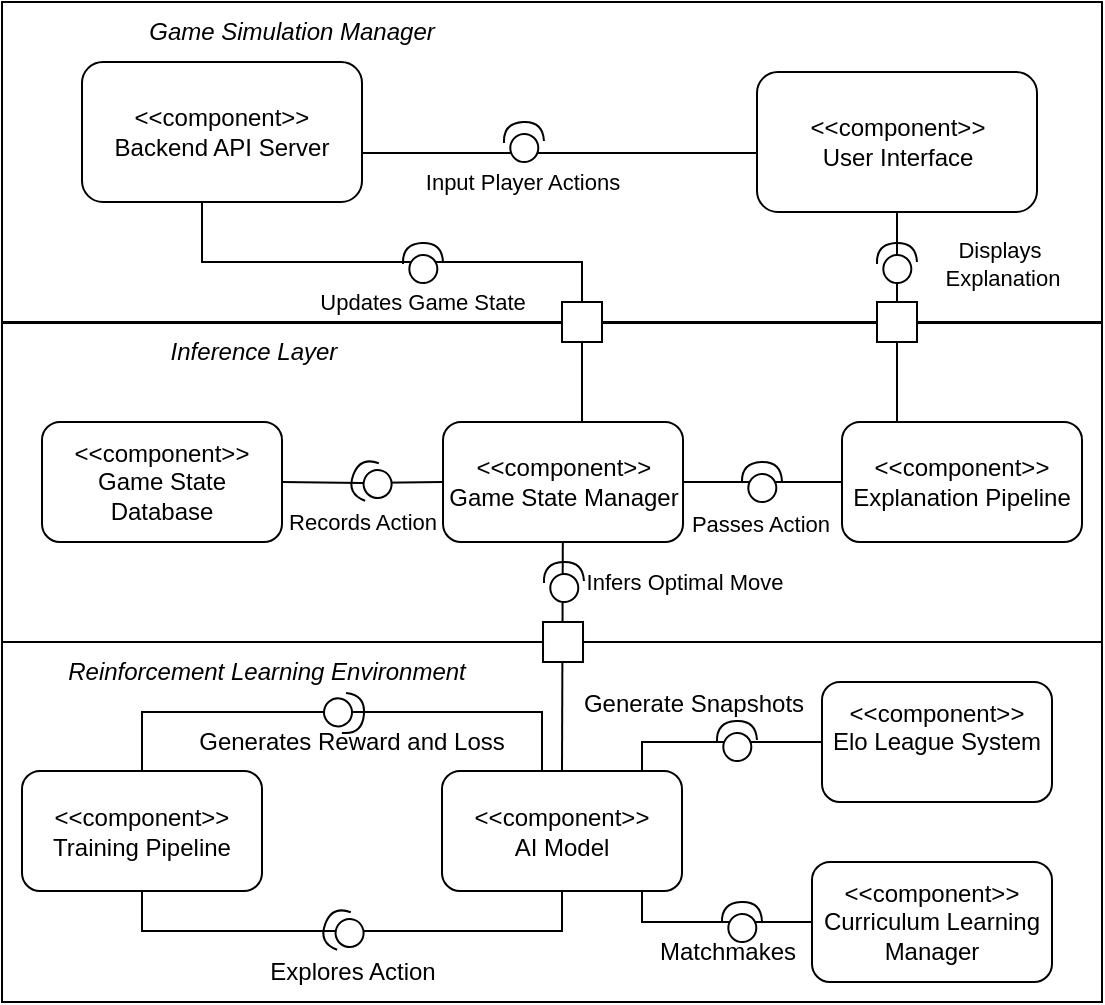
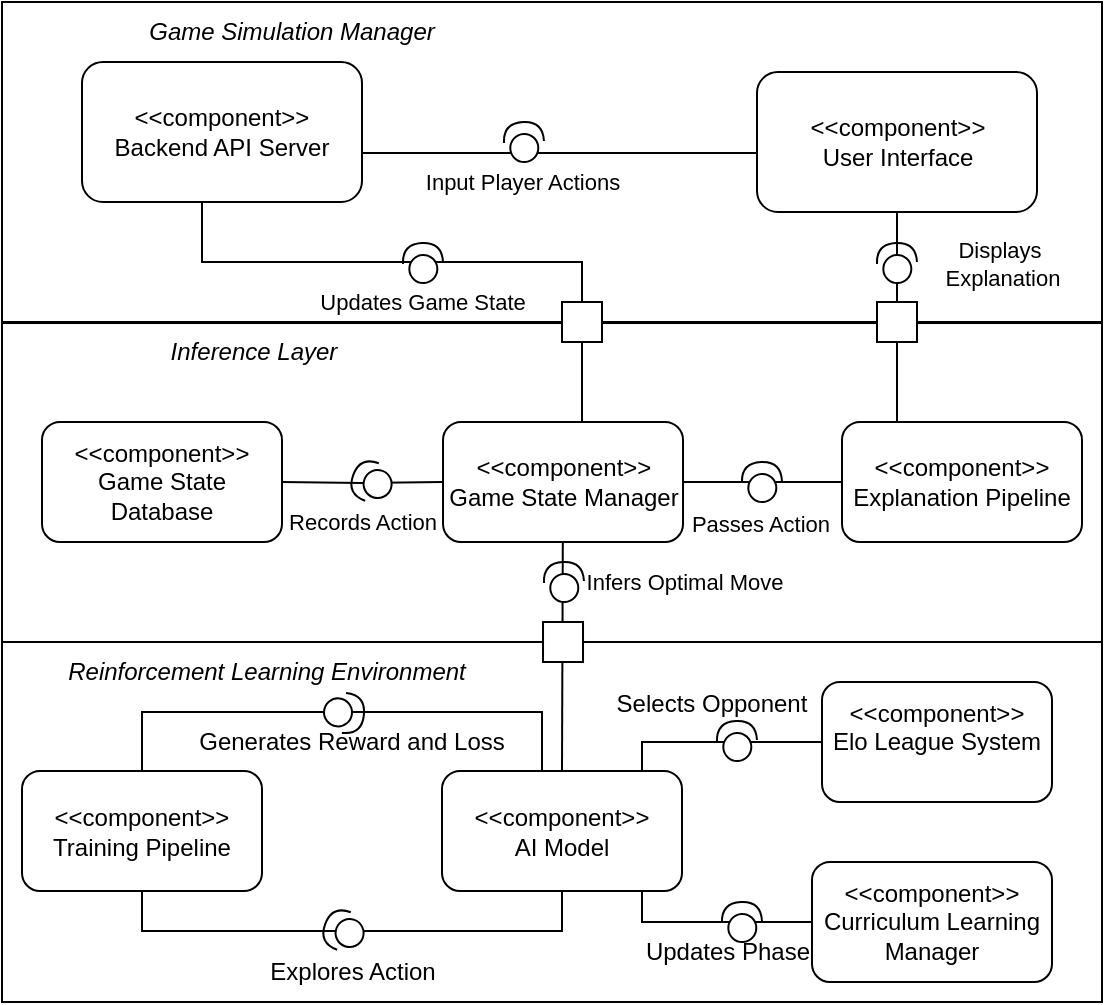
<mxfile host="app.diagrams.net" agent="Mozilla/5.0 (Windows NT 10.0; Win64; x64) AppleWebKit/537.36 (KHTML, like Gecko) Chrome/141.0.0.0 Safari/537.36 Edg/141.0.0.0">
  <diagram name="Page-1" id="rL6wYzq297fijbXMsxHL">
-     <mxGraphModel dx="619" dy="1473" grid="1" gridSize="10" guides="1" tooltips="1" connect="1" arrows="1" fold="1" page="1" pageScale="1" pageWidth="850" pageHeight="1100" math="0" shadow="0">
+     <mxGraphModel dx="889" dy="1636" grid="1" gridSize="10" guides="1" tooltips="1" connect="1" arrows="1" fold="1" page="1" pageScale="1" pageWidth="850" pageHeight="1100" math="0" shadow="0">
      <root>
        <mxCell id="0" />
        <mxCell id="1" parent="0" />
        <mxCell id="Z7y8qTyUHTfWf48D5gzP-17" parent="1" style="rounded=0;whiteSpace=wrap;html=1;movable=0;resizable=0;rotatable=0;deletable=0;editable=0;locked=1;connectable=0;" value="" vertex="1">
          <mxGeometry height="160" width="550" x="20" y="100.51" as="geometry" />
        </mxCell>
        <mxCell id="Z7y8qTyUHTfWf48D5gzP-12" parent="1" style="rounded=0;whiteSpace=wrap;html=1;movable=1;resizable=1;rotatable=1;deletable=1;editable=1;locked=0;connectable=1;" value="" vertex="1">
          <mxGeometry height="160" width="550" x="20" y="-60" as="geometry" />
        </mxCell>
        <mxCell id="Z7y8qTyUHTfWf48D5gzP-25" edge="1" parent="1" source="uciChvkNPLsMZyW1YyFX-1" style="edgeStyle=orthogonalEdgeStyle;rounded=0;orthogonalLoop=1;jettySize=auto;html=1;startArrow=none;startFill=0;endArrow=none;endFill=0;movable=1;resizable=1;rotatable=1;deletable=1;editable=1;locked=0;connectable=1;exitX=0.414;exitY=0.957;exitDx=0;exitDy=0;exitPerimeter=0;">
          <mxGeometry relative="1" as="geometry">
            <Array as="points">
              <mxPoint x="120" y="37" />
              <mxPoint x="120" y="70" />
              <mxPoint x="310" y="70" />
              <mxPoint x="310" y="150" />
            </Array>
            <mxPoint x="120" y="50" as="sourcePoint" />
            <mxPoint x="325" y="150" as="targetPoint" />
          </mxGeometry>
        </mxCell>
        <mxCell id="Z7y8qTyUHTfWf48D5gzP-26" connectable="0" parent="Z7y8qTyUHTfWf48D5gzP-25" style="edgeLabel;html=1;align=center;verticalAlign=middle;resizable=0;points=[];" value="Updates Game State" vertex="1">
          <mxGeometry relative="1" x="-0.2809" y="3" as="geometry">
            <mxPoint x="30" y="23" as="offset" />
          </mxGeometry>
        </mxCell>
        <mxCell id="6nlLKT8NChmwJE9VW_4I-5" parent="1" style="rounded=1;whiteSpace=wrap;html=1;" value="&lt;div&gt;&lt;div&gt;&amp;lt;&amp;lt;component&amp;gt;&amp;gt;&lt;/div&gt;&lt;/div&gt;Game State Database" vertex="1">
          <mxGeometry height="60" width="120" x="40" y="150" as="geometry" />
        </mxCell>
        <mxCell id="6nlLKT8NChmwJE9VW_4I-11" edge="1" parent="1" source="6nlLKT8NChmwJE9VW_4I-7" style="edgeStyle=orthogonalEdgeStyle;rounded=0;orthogonalLoop=1;jettySize=auto;html=1;exitX=0.5;exitY=1;exitDx=0;exitDy=0;entryX=0.5;entryY=1;entryDx=0;entryDy=0;endArrow=none;endFill=0;movable=0;resizable=0;rotatable=0;deletable=0;editable=0;locked=1;connectable=0;">
          <mxGeometry relative="1" as="geometry">
            <mxPoint x="325" y="210" as="targetPoint" />
          </mxGeometry>
        </mxCell>
        <mxCell id="9L7EpdU-ZJei7otof8Hw-14" edge="1" parent="1" source="6nlLKT8NChmwJE9VW_4I-7" style="edgeStyle=none;curved=1;rounded=0;orthogonalLoop=1;jettySize=auto;html=1;exitX=1;exitY=0.5;exitDx=0;exitDy=0;entryX=0;entryY=0.5;entryDx=0;entryDy=0;fontSize=12;startSize=8;endSize=8;endArrow=none;endFill=0;" target="9L7EpdU-ZJei7otof8Hw-5">
          <mxGeometry relative="1" as="geometry" />
        </mxCell>
        <mxCell id="9L7EpdU-ZJei7otof8Hw-36" edge="1" parent="1" source="9L7EpdU-ZJei7otof8Hw-37" style="edgeStyle=none;curved=1;rounded=0;orthogonalLoop=1;jettySize=auto;html=1;fontSize=12;startSize=8;endSize=8;" target="WvrMYfAGwMCf_Hknah-l-9">
          <mxGeometry relative="1" as="geometry" />
        </mxCell>
        <mxCell id="6nlLKT8NChmwJE9VW_4I-7" parent="1" style="rounded=1;whiteSpace=wrap;html=1;" value="&lt;div&gt;&lt;div&gt;&amp;lt;&amp;lt;component&amp;gt;&amp;gt;&lt;/div&gt;&lt;/div&gt;Game State Manager" vertex="1">
          <mxGeometry height="60" width="120" x="240.51" y="150" as="geometry" />
        </mxCell>
        <mxCell id="6nlLKT8NChmwJE9VW_4I-13" edge="1" parent="1" style="edgeStyle=orthogonalEdgeStyle;rounded=0;orthogonalLoop=1;jettySize=auto;html=1;entryX=1;entryY=0.5;entryDx=0;entryDy=0;endArrow=none;endFill=0;movable=1;resizable=1;rotatable=1;deletable=1;editable=1;locked=0;connectable=1;" target="6nlLKT8NChmwJE9VW_4I-5">
          <mxGeometry relative="1" as="geometry">
            <mxPoint x="240" y="180" as="sourcePoint" />
          </mxGeometry>
        </mxCell>
        <mxCell id="6nlLKT8NChmwJE9VW_4I-14" connectable="0" parent="6nlLKT8NChmwJE9VW_4I-13" style="edgeLabel;html=1;align=center;verticalAlign=middle;resizable=1;points=[];movable=1;rotatable=1;deletable=1;editable=1;locked=0;connectable=1;" value="Records Action" vertex="1">
          <mxGeometry relative="1" x="0.1012" y="-2" as="geometry">
            <mxPoint x="4" y="22" as="offset" />
          </mxGeometry>
        </mxCell>
        <mxCell id="6nlLKT8NChmwJE9VW_4I-31" edge="1" parent="1" style="edgeStyle=orthogonalEdgeStyle;rounded=0;orthogonalLoop=1;jettySize=auto;html=1;exitX=0;exitY=0.75;exitDx=0;exitDy=0;entryX=1;entryY=0.75;entryDx=0;entryDy=0;endArrow=none;endFill=0;movable=0;resizable=0;rotatable=0;deletable=0;editable=0;locked=1;connectable=0;">
          <mxGeometry relative="1" as="geometry">
            <mxPoint x="430" y="15.439999999999998" as="sourcePoint" />
            <mxPoint x="200" y="15.439999999999998" as="targetPoint" />
          </mxGeometry>
        </mxCell>
        <mxCell id="6nlLKT8NChmwJE9VW_4I-15" parent="1" style="rounded=1;whiteSpace=wrap;html=1;" value="&lt;div&gt;&lt;div&gt;&amp;lt;&amp;lt;component&amp;gt;&amp;gt;&lt;/div&gt;&lt;/div&gt;User Interface" vertex="1">
          <mxGeometry height="70" width="140" x="397.5" y="-25" as="geometry" />
        </mxCell>
        <mxCell id="Z7y8qTyUHTfWf48D5gzP-15" parent="1" style="text;html=1;align=center;verticalAlign=middle;whiteSpace=wrap;rounded=0;" value="&lt;i&gt;Game Simulation Manager&lt;/i&gt;" vertex="1">
          <mxGeometry height="30" width="150" x="90.00000000000001" y="-60" as="geometry" />
        </mxCell>
        <mxCell id="Z7y8qTyUHTfWf48D5gzP-18" parent="1" style="text;html=1;align=center;verticalAlign=middle;whiteSpace=wrap;rounded=0;" value="&lt;i&gt;Inference Layer&lt;/i&gt;" vertex="1">
          <mxGeometry height="30" width="150" x="70.51" y="100" as="geometry" />
        </mxCell>
        <mxCell id="Z7y8qTyUHTfWf48D5gzP-19" parent="1" style="whiteSpace=wrap;html=1;aspect=fixed;" value="" vertex="1">
          <mxGeometry height="20" width="20" x="300" y="90" as="geometry" />
        </mxCell>
        <mxCell id="Z7y8qTyUHTfWf48D5gzP-64" parent="1" style="shape=providedRequiredInterface;html=1;verticalLabelPosition=bottom;sketch=0;rotation=-160;" value="" vertex="1">
          <mxGeometry height="20" width="20" x="194.9971276411158" y="169.99712764111575" as="geometry" />
        </mxCell>
        <mxCell id="Z7y8qTyUHTfWf48D5gzP-69" parent="1" style="shape=providedRequiredInterface;html=1;verticalLabelPosition=bottom;sketch=0;rotation=-93;" value="" vertex="1">
          <mxGeometry height="20" width="20" x="270.98965490997523" y="-0.00034509002483140705" as="geometry" />
        </mxCell>
        <mxCell id="WvrMYfAGwMCf_Hknah-l-2" parent="1" style="rounded=0;whiteSpace=wrap;html=1;movable=0;resizable=0;rotatable=0;deletable=0;editable=0;locked=1;connectable=0;" value="" vertex="1">
          <mxGeometry height="180" width="550" x="20" y="260" as="geometry" />
        </mxCell>
        <mxCell id="WvrMYfAGwMCf_Hknah-l-3" parent="1" style="text;html=1;align=center;verticalAlign=middle;whiteSpace=wrap;rounded=0;fontStyle=2" value="Reinforcement Learning Environment" vertex="1">
          <mxGeometry height="30" width="225" x="40" y="260" as="geometry" />
        </mxCell>
        <mxCell id="WvrMYfAGwMCf_Hknah-l-14" edge="1" parent="1" source="WvrMYfAGwMCf_Hknah-l-8" style="edgeStyle=orthogonalEdgeStyle;rounded=0;orthogonalLoop=1;jettySize=auto;html=1;exitX=0.5;exitY=0;exitDx=0;exitDy=0;entryX=0.5;entryY=0;entryDx=0;entryDy=0;endArrow=none;endFill=0;movable=1;resizable=1;rotatable=1;deletable=1;editable=1;locked=0;connectable=1;" target="WvrMYfAGwMCf_Hknah-l-9">
          <mxGeometry relative="1" as="geometry">
            <Array as="points">
              <mxPoint x="90" y="295" />
              <mxPoint x="290" y="295" />
              <mxPoint x="290" y="325" />
            </Array>
          </mxGeometry>
        </mxCell>
        <mxCell id="WvrMYfAGwMCf_Hknah-l-8" parent="1" style="rounded=1;whiteSpace=wrap;html=1;" value="&lt;div&gt;&lt;div&gt;&amp;lt;&amp;lt;component&amp;gt;&amp;gt;&lt;/div&gt;&lt;/div&gt;&lt;div&gt;Training Pipeline&lt;/div&gt;" vertex="1">
          <mxGeometry height="60" width="120" x="30" y="324.51" as="geometry" />
        </mxCell>
        <mxCell id="WvrMYfAGwMCf_Hknah-l-15" edge="1" parent="1" source="WvrMYfAGwMCf_Hknah-l-9" style="edgeStyle=orthogonalEdgeStyle;rounded=0;orthogonalLoop=1;jettySize=auto;html=1;entryX=0.5;entryY=1;entryDx=0;entryDy=0;endArrow=none;endFill=0;movable=1;resizable=1;rotatable=1;deletable=1;editable=1;locked=0;connectable=1;" target="WvrMYfAGwMCf_Hknah-l-8">
          <mxGeometry relative="1" as="geometry">
            <Array as="points">
              <mxPoint x="300" y="404.51" />
              <mxPoint x="90" y="404.51" />
            </Array>
          </mxGeometry>
        </mxCell>
        <mxCell id="9L7EpdU-ZJei7otof8Hw-12" edge="1" parent="1" source="WvrMYfAGwMCf_Hknah-l-9" style="edgeStyle=orthogonalEdgeStyle;rounded=0;orthogonalLoop=1;jettySize=auto;html=1;entryX=0;entryY=0.5;entryDx=0;entryDy=0;fontSize=12;startSize=8;endSize=8;endArrow=none;endFill=0;movable=0;resizable=0;rotatable=0;deletable=0;editable=0;locked=1;connectable=0;" target="9L7EpdU-ZJei7otof8Hw-2">
          <mxGeometry relative="1" as="geometry">
            <Array as="points">
              <mxPoint x="340" y="310" />
            </Array>
          </mxGeometry>
        </mxCell>
        <mxCell id="9L7EpdU-ZJei7otof8Hw-26" edge="1" parent="1" source="WvrMYfAGwMCf_Hknah-l-9" style="edgeStyle=orthogonalEdgeStyle;rounded=0;orthogonalLoop=1;jettySize=auto;html=1;exitX=1;exitY=0.75;exitDx=0;exitDy=0;entryX=0;entryY=0.5;entryDx=0;entryDy=0;fontSize=12;startSize=8;endSize=8;endArrow=none;endFill=0;" target="9L7EpdU-ZJei7otof8Hw-3">
          <mxGeometry relative="1" as="geometry">
            <Array as="points">
              <mxPoint x="340" y="370" />
              <mxPoint x="340" y="400" />
            </Array>
          </mxGeometry>
        </mxCell>
        <mxCell id="WvrMYfAGwMCf_Hknah-l-9" parent="1" style="rounded=1;whiteSpace=wrap;html=1;" value="&lt;div&gt;&lt;div&gt;&amp;lt;&amp;lt;component&amp;gt;&amp;gt;&lt;/div&gt;&lt;/div&gt;AI Model" vertex="1">
          <mxGeometry height="60" width="120" x="240" y="324.51" as="geometry" />
        </mxCell>
        <mxCell id="WvrMYfAGwMCf_Hknah-l-19" edge="1" parent="1" style="edgeStyle=orthogonalEdgeStyle;rounded=0;orthogonalLoop=1;jettySize=auto;html=1;exitX=1;exitY=0.5;exitDx=0;exitDy=0;endArrow=none;endFill=0;movable=0;resizable=0;rotatable=0;deletable=0;editable=0;locked=1;connectable=0;" target="WvrMYfAGwMCf_Hknah-l-17">
          <mxGeometry relative="1" as="geometry">
            <mxPoint x="180.51" y="-160" as="sourcePoint" />
          </mxGeometry>
        </mxCell>
        <mxCell id="WvrMYfAGwMCf_Hknah-l-37" parent="1" style="shape=providedRequiredInterface;html=1;verticalLabelPosition=bottom;sketch=0;rotation=-84;direction=south;" value="" vertex="1">
          <mxGeometry height="20" width="20" x="180.9905035863593" y="285.5005035863593" as="geometry" />
        </mxCell>
        <mxCell id="WvrMYfAGwMCf_Hknah-l-46" parent="1" style="shape=providedRequiredInterface;html=1;verticalLabelPosition=bottom;sketch=0;rotation=-160;" value="" vertex="1">
          <mxGeometry height="20" width="20" x="180.98712764111582" y="394.50712764111574" as="geometry" />
        </mxCell>
        <mxCell id="WvrMYfAGwMCf_Hknah-l-47" parent="1" style="text;html=1;align=center;verticalAlign=middle;whiteSpace=wrap;rounded=0;" value="Generates Reward and Loss" vertex="1">
          <mxGeometry height="30" width="190" x="100" y="294.51" as="geometry" />
        </mxCell>
        <mxCell id="WvrMYfAGwMCf_Hknah-l-48" parent="1" style="text;html=1;align=center;verticalAlign=middle;whiteSpace=wrap;rounded=0;" value="Explores Action" vertex="1">
          <mxGeometry height="30" width="115" x="137.5" y="410" as="geometry" />
        </mxCell>
        <mxCell id="uciChvkNPLsMZyW1YyFX-1" parent="1" style="rounded=1;whiteSpace=wrap;html=1;" value="&lt;div&gt;&lt;div&gt;&amp;lt;&amp;lt;component&amp;gt;&amp;gt;&lt;/div&gt;&lt;/div&gt;Backend API Server" vertex="1">
          <mxGeometry height="70" width="140" x="60" y="-30" as="geometry" />
        </mxCell>
        <mxCell id="uciChvkNPLsMZyW1YyFX-4" connectable="0" parent="1" style="edgeLabel;html=1;align=center;verticalAlign=middle;resizable=1;points=[];movable=1;rotatable=1;deletable=1;editable=1;locked=0;connectable=1;" value="Input Player Actions" vertex="1">
          <mxGeometry x="280" y="30" as="geometry" />
        </mxCell>
        <mxCell id="uciChvkNPLsMZyW1YyFX-5" edge="1" parent="1" source="uciChvkNPLsMZyW1YyFX-4" style="edgeStyle=orthogonalEdgeStyle;rounded=0;orthogonalLoop=1;jettySize=auto;html=1;entryX=0;entryY=0;entryDx=0;entryDy=0;entryPerimeter=0;" target="uciChvkNPLsMZyW1YyFX-4">
          <mxGeometry relative="1" as="geometry" />
        </mxCell>
        <mxCell id="uciChvkNPLsMZyW1YyFX-10" parent="1" style="shape=providedRequiredInterface;html=1;verticalLabelPosition=bottom;sketch=0;rotation=-93;" value="" vertex="1">
          <mxGeometry height="20" width="20" x="220.50965490997515" y="60.509654909975175" as="geometry" />
        </mxCell>
        <mxCell id="9L7EpdU-ZJei7otof8Hw-2" parent="1" style="rounded=1;whiteSpace=wrap;html=1;" value="&lt;div&gt;&lt;div&gt;&amp;lt;&amp;lt;component&amp;gt;&amp;gt;&lt;/div&gt;&lt;/div&gt;Elo League System&lt;div&gt;&lt;br&gt;&lt;/div&gt;" vertex="1">
          <mxGeometry height="60" width="115" x="430" y="280" as="geometry" />
        </mxCell>
        <mxCell id="9L7EpdU-ZJei7otof8Hw-3" parent="1" style="rounded=1;whiteSpace=wrap;html=1;" value="&lt;div&gt;&lt;div&gt;&amp;lt;&amp;lt;component&amp;gt;&amp;gt;&lt;/div&gt;&lt;/div&gt;Curriculum Learning Manager" vertex="1">
          <mxGeometry height="60" width="120" x="425" y="370" as="geometry" />
        </mxCell>
        <mxCell id="9L7EpdU-ZJei7otof8Hw-17" edge="1" parent="1" source="9L7EpdU-ZJei7otof8Hw-5" style="edgeStyle=orthogonalEdgeStyle;rounded=0;orthogonalLoop=1;jettySize=auto;html=1;entryX=0.5;entryY=1;entryDx=0;entryDy=0;fontSize=12;startSize=8;endSize=8;endArrow=none;endFill=0;" target="6nlLKT8NChmwJE9VW_4I-15">
          <mxGeometry relative="1" as="geometry">
            <Array as="points">
              <mxPoint x="468" y="100" />
            </Array>
          </mxGeometry>
        </mxCell>
        <mxCell id="9L7EpdU-ZJei7otof8Hw-24" edge="1" parent="1" source="9L7EpdU-ZJei7otof8Hw-8" style="edgeStyle=none;curved=1;rounded=0;orthogonalLoop=1;jettySize=auto;html=1;fontSize=12;startSize=8;endSize=8;endArrow=none;endFill=0;" target="6nlLKT8NChmwJE9VW_4I-7" value="">
          <mxGeometry relative="1" as="geometry" />
        </mxCell>
        <mxCell id="9L7EpdU-ZJei7otof8Hw-5" parent="1" style="rounded=1;whiteSpace=wrap;html=1;" value="&lt;div&gt;&lt;div&gt;&amp;lt;&amp;lt;component&amp;gt;&amp;gt;&lt;/div&gt;&lt;/div&gt;Explanation Pipeline" vertex="1">
          <mxGeometry height="60" width="120" x="440" y="150" as="geometry" />
        </mxCell>
        <mxCell id="9L7EpdU-ZJei7otof8Hw-16" connectable="0" parent="1" style="edgeLabel;html=1;align=center;verticalAlign=middle;resizable=0;points=[];" value="Passes Action" vertex="1">
          <mxGeometry x="400" y="200" as="geometry">
            <mxPoint x="-1" y="1" as="offset" />
          </mxGeometry>
        </mxCell>
        <mxCell id="9L7EpdU-ZJei7otof8Hw-18" parent="1" style="whiteSpace=wrap;html=1;aspect=fixed;" value="" vertex="1">
          <mxGeometry height="20" width="20" x="457.5" y="90" as="geometry" />
        </mxCell>
        <mxCell id="9L7EpdU-ZJei7otof8Hw-19" parent="1" style="shape=providedRequiredInterface;html=1;verticalLabelPosition=bottom;sketch=0;rotation=-93;" value="" vertex="1">
          <mxGeometry height="20" width="20" x="457.4996549099751" y="60.50965490997517" as="geometry" />
        </mxCell>
        <mxCell id="9L7EpdU-ZJei7otof8Hw-23" connectable="0" parent="1" style="edgeLabel;html=1;align=center;verticalAlign=middle;resizable=0;points=[];" value="Displays&amp;nbsp;&lt;div&gt;Explanation&lt;/div&gt;" vertex="1">
          <mxGeometry x="520" y="70.51" as="geometry" />
        </mxCell>
        <mxCell id="9L7EpdU-ZJei7otof8Hw-25" edge="1" parent="1" source="9L7EpdU-ZJei7otof8Hw-5" style="edgeStyle=none;curved=1;rounded=0;orthogonalLoop=1;jettySize=auto;html=1;fontSize=12;startSize=8;endSize=8;endArrow=none;endFill=0;" target="9L7EpdU-ZJei7otof8Hw-8" value="">
          <mxGeometry relative="1" as="geometry">
            <mxPoint x="440" y="180" as="sourcePoint" />
            <mxPoint x="361" y="180" as="targetPoint" />
          </mxGeometry>
        </mxCell>
        <mxCell id="9L7EpdU-ZJei7otof8Hw-8" parent="1" style="shape=providedRequiredInterface;html=1;verticalLabelPosition=bottom;sketch=0;rotation=-93;" value="" vertex="1">
          <mxGeometry height="20" width="20" x="389.9996549099752" y="169.9996549099752" as="geometry" />
        </mxCell>
-         <mxCell id="9L7EpdU-ZJei7otof8Hw-28" parent="1" style="text;html=1;align=center;verticalAlign=middle;whiteSpace=wrap;rounded=0;" value="Generate Snapshots" vertex="1">
-           <mxGeometry height="30" width="190" x="270.99" y="275.5" as="geometry" />
-         </mxCell>
-         <mxCell id="9L7EpdU-ZJei7otof8Hw-29" parent="1" style="text;html=1;align=center;verticalAlign=middle;whiteSpace=wrap;rounded=0;" value="Matchmakes" vertex="1">
+         <mxCell id="9L7EpdU-ZJei7otof8Hw-28" parent="1" style="text;html=1;align=center;verticalAlign=middle;whiteSpace=wrap;rounded=0;" value="Selects Opponent" vertex="1">
+           <mxGeometry height="30" width="190" x="280" y="275.5" as="geometry" />
+         </mxCell>
+         <mxCell id="9L7EpdU-ZJei7otof8Hw-29" parent="1" style="text;html=1;align=center;verticalAlign=middle;whiteSpace=wrap;rounded=0;" value="Updates Phase" vertex="1">
          <mxGeometry height="30" width="190" x="287.5" y="400" as="geometry" />
        </mxCell>
        <mxCell id="9L7EpdU-ZJei7otof8Hw-31" parent="1" style="shape=providedRequiredInterface;html=1;verticalLabelPosition=bottom;sketch=0;rotation=-93;" value="" vertex="1">
          <mxGeometry height="20" width="20" x="377.4996549099751" y="299.5096549099752" as="geometry" />
        </mxCell>
        <mxCell id="9L7EpdU-ZJei7otof8Hw-35" parent="1" style="shape=providedRequiredInterface;html=1;verticalLabelPosition=bottom;sketch=0;rotation=-93;" value="" vertex="1">
          <mxGeometry height="20" width="20" x="379.9996549099751" y="389.99965490997516" as="geometry" />
        </mxCell>
        <mxCell id="9L7EpdU-ZJei7otof8Hw-38" edge="1" parent="1" source="6nlLKT8NChmwJE9VW_4I-7" style="edgeStyle=none;curved=1;rounded=0;orthogonalLoop=1;jettySize=auto;html=1;fontSize=12;startSize=8;endSize=8;entryX=0.5;entryY=0;entryDx=0;entryDy=0;endArrow=none;endFill=0;movable=0;resizable=0;rotatable=0;deletable=0;editable=0;locked=1;connectable=0;" target="WvrMYfAGwMCf_Hknah-l-9" value="">
          <mxGeometry relative="1" as="geometry">
            <mxPoint x="300" y="210" as="sourcePoint" />
            <mxPoint x="300" y="325" as="targetPoint" />
          </mxGeometry>
        </mxCell>
        <mxCell id="9L7EpdU-ZJei7otof8Hw-37" parent="1" style="whiteSpace=wrap;html=1;aspect=fixed;" value="" vertex="1">
          <mxGeometry height="20" width="20" x="290.51" y="250" as="geometry" />
        </mxCell>
        <mxCell id="9L7EpdU-ZJei7otof8Hw-39" parent="1" style="shape=providedRequiredInterface;html=1;verticalLabelPosition=bottom;sketch=0;rotation=-93;" value="" vertex="1">
          <mxGeometry height="20" width="20" x="290.9896549099751" y="219.9996549099752" as="geometry" />
        </mxCell>
        <mxCell id="9L7EpdU-ZJei7otof8Hw-43" connectable="0" parent="1" style="edgeLabel;html=1;align=center;verticalAlign=middle;resizable=1;points=[];movable=1;rotatable=1;deletable=1;editable=1;locked=0;connectable=1;" value="Infers Optimal Move" vertex="1">
          <mxGeometry x="360.51" y="230" as="geometry" />
        </mxCell>
      </root>
    </mxGraphModel>
  </diagram>
</mxfile>
